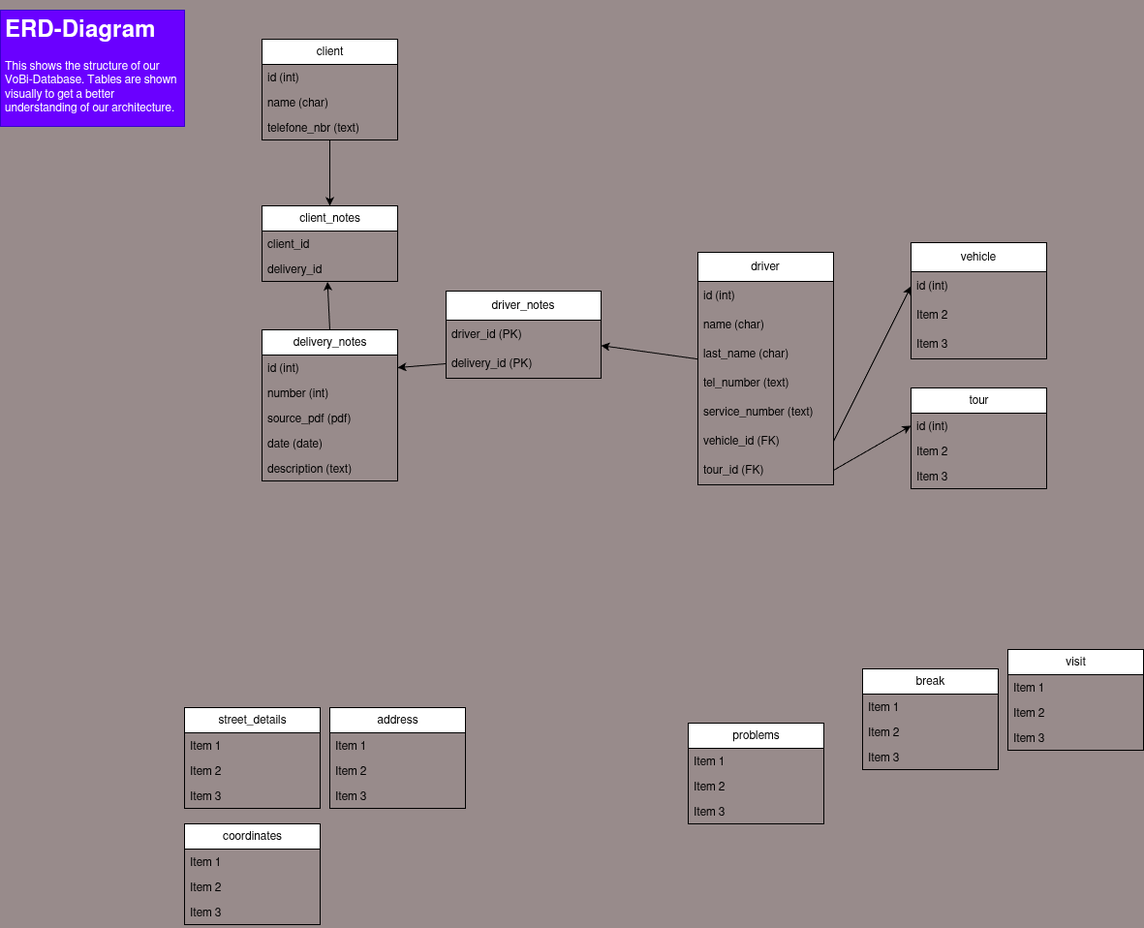
Above: docs/database/database_erd.drawio.png in gabrielbindi/VoBi-Tour (draw.io), before the change. Source tidied: cells renumbered, new cells last; positions are measured from the earlier drawing's top-left corner, leaving out a move shared by most shapes.
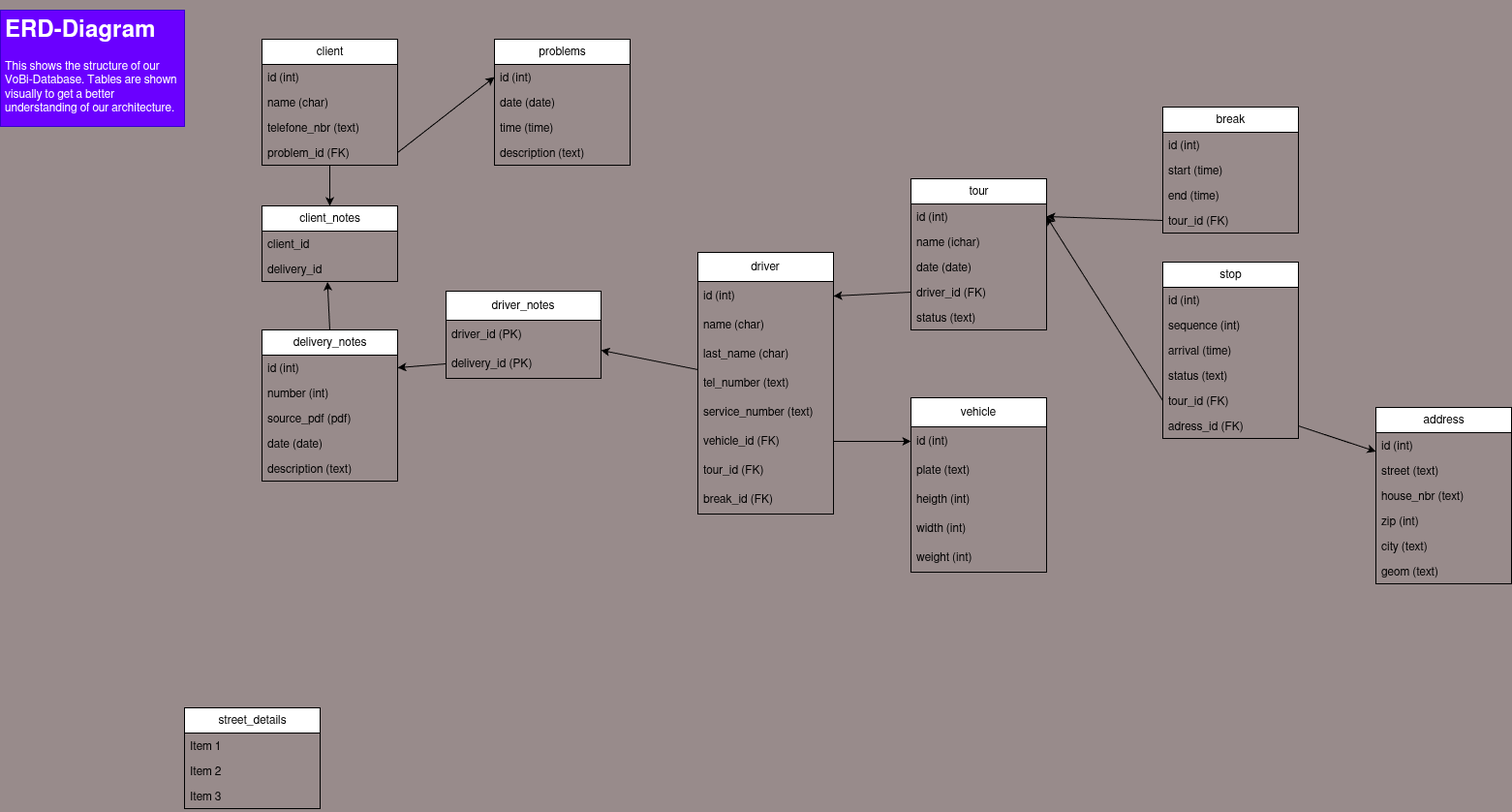
The same file after the commit.

Commit message:
#15 rethinking diagram

The edit, as a diff of the source:
```diff
@@ -8,3 +8,3 @@
     <mxCell id="3" value="vehicle" style="swimlane;fontStyle=0;horizontal=1;startSize=30;whiteSpace=wrap;html=1;" parent="1" vertex="1">
-      <mxGeometry x="940" y="240" width="140" height="120" as="geometry" />
+      <mxGeometry x="940" y="400" width="140" height="180" as="geometry" />
     </mxCell>
@@ -13,8 +13,14 @@
     </mxCell>
-    <mxCell id="5" value="Item 2" style="text;strokeColor=none;fillColor=none;align=left;verticalAlign=middle;spacingLeft=4;spacingRight=4;overflow=hidden;whiteSpace=wrap;html=1;" parent="3" vertex="1">
+    <mxCell id="5" value="plate (text)" style="text;strokeColor=none;fillColor=none;align=left;verticalAlign=middle;spacingLeft=4;spacingRight=4;overflow=hidden;whiteSpace=wrap;html=1;" parent="3" vertex="1">
       <mxGeometry y="60" width="140" height="30" as="geometry" />
     </mxCell>
-    <mxCell id="6" value="Item 3" style="text;strokeColor=none;fillColor=none;align=left;verticalAlign=middle;spacingLeft=4;spacingRight=4;overflow=hidden;whiteSpace=wrap;html=1;" parent="3" vertex="1">
+    <mxCell id="6" value="heigth (int)" style="text;strokeColor=none;fillColor=none;align=left;verticalAlign=middle;spacingLeft=4;spacingRight=4;overflow=hidden;whiteSpace=wrap;html=1;" parent="3" vertex="1">
       <mxGeometry y="90" width="140" height="30" as="geometry" />
     </mxCell>
+    <mxCell id="65" value="width (int)" style="text;strokeColor=none;fillColor=none;align=left;verticalAlign=middle;spacingLeft=4;spacingRight=4;overflow=hidden;whiteSpace=wrap;html=1;" parent="3" vertex="1">
+      <mxGeometry y="120" width="140" height="30" as="geometry" />
+    </mxCell>
+    <mxCell id="66" value="weight (int)" style="text;strokeColor=none;fillColor=none;align=left;verticalAlign=middle;spacingLeft=4;spacingRight=4;overflow=hidden;whiteSpace=wrap;html=1;" parent="3" vertex="1">
+      <mxGeometry y="150" width="140" height="30" as="geometry" />
+    </mxCell>
     <mxCell id="7" style="edgeStyle=none;html=1;" parent="1" edge="1" source="8" target="59">
@@ -23,3 +29,3 @@
     <mxCell id="8" value="driver" style="swimlane;fontStyle=0;horizontal=1;startSize=30;whiteSpace=wrap;html=1;" parent="1" vertex="1">
-      <mxGeometry x="720" y="250" width="140" height="240" as="geometry" />
+      <mxGeometry x="720" y="250" width="140" height="270" as="geometry" />
     </mxCell>
@@ -46,2 +52,5 @@
     </mxCell>
+    <mxCell id="67" value="break_id (FK)" style="text;strokeColor=none;fillColor=none;align=left;verticalAlign=middle;spacingLeft=4;spacingRight=4;overflow=hidden;whiteSpace=wrap;html=1;" parent="8" vertex="1">
+      <mxGeometry y="240" width="140" height="30" as="geometry" />
+    </mxCell>
     <mxCell id="16" style="edgeStyle=none;html=1;entryX=0.5;entryY=0;entryDx=0;entryDy=0;" parent="1" edge="1" source="17" target="45">
@@ -50,3 +59,3 @@
     <mxCell id="17" value="client" style="swimlane;fontStyle=0;horizontal=1;startSize=26;html=1;" parent="1" vertex="1">
-      <mxGeometry x="270" y="30" width="140" height="104" as="geometry" />
+      <mxGeometry x="270" y="30" width="140" height="130" as="geometry" />
     </mxCell>
@@ -61,14 +70,26 @@
     </mxCell>
+    <mxCell id="68" value="problem_id (FK)" style="text;strokeColor=none;fillColor=none;align=left;verticalAlign=top;spacingLeft=4;spacingRight=4;overflow=hidden;points=[[0,0.5],[1,0.5]];portConstraint=eastwest;whiteSpace=wrap;html=1;" parent="17" vertex="1">
+      <mxGeometry y="104" width="140" height="26" as="geometry" />
+    </mxCell>
     <mxCell id="21" value="address" style="swimlane;fontStyle=0;horizontal=1;startSize=26;html=1;" parent="1" vertex="1">
-      <mxGeometry x="340" y="720" width="140" height="104" as="geometry" />
+      <mxGeometry x="1420" y="410" width="140" height="182" as="geometry" />
     </mxCell>
-    <mxCell id="22" value="Item 1" style="text;strokeColor=none;fillColor=none;align=left;verticalAlign=top;spacingLeft=4;spacingRight=4;overflow=hidden;whiteSpace=wrap;html=1;" parent="21" vertex="1">
+    <mxCell id="22" value="id (int)" style="text;strokeColor=none;fillColor=none;align=left;verticalAlign=top;spacingLeft=4;spacingRight=4;overflow=hidden;whiteSpace=wrap;html=1;" parent="21" vertex="1">
       <mxGeometry y="26" width="140" height="26" as="geometry" />
     </mxCell>
+    <mxCell id="69" value="street (text)" style="text;strokeColor=none;fillColor=none;align=left;verticalAlign=top;spacingLeft=4;spacingRight=4;overflow=hidden;whiteSpace=wrap;html=1;" parent="21" vertex="1">
+      <mxGeometry y="52" width="140" height="26" as="geometry" />
+    </mxCell>
-    <mxCell id="23" value="Item 2" style="text;strokeColor=none;fillColor=none;align=left;verticalAlign=top;spacingLeft=4;spacingRight=4;overflow=hidden;whiteSpace=wrap;html=1;" parent="21" vertex="1">
-      <mxGeometry y="52" width="140" height="26" as="geometry" />
+    <mxCell id="23" value="house_nbr (text)" style="text;strokeColor=none;fillColor=none;align=left;verticalAlign=top;spacingLeft=4;spacingRight=4;overflow=hidden;whiteSpace=wrap;html=1;" parent="21" vertex="1">
+      <mxGeometry y="78" width="140" height="26" as="geometry" />
     </mxCell>
-    <mxCell id="24" value="Item 3" style="text;strokeColor=none;fillColor=none;align=left;verticalAlign=top;spacingLeft=4;spacingRight=4;overflow=hidden;whiteSpace=wrap;html=1;" parent="21" vertex="1">
-      <mxGeometry y="78" width="140" height="26" as="geometry" />
+    <mxCell id="24" value="zip (int)" style="text;strokeColor=none;fillColor=none;align=left;verticalAlign=top;spacingLeft=4;spacingRight=4;overflow=hidden;whiteSpace=wrap;html=1;" parent="21" vertex="1">
+      <mxGeometry y="104" width="140" height="26" as="geometry" />
     </mxCell>
+    <mxCell id="70" value="city (text)" style="text;strokeColor=none;fillColor=none;align=left;verticalAlign=top;spacingLeft=4;spacingRight=4;overflow=hidden;whiteSpace=wrap;html=1;" parent="21" vertex="1">
+      <mxGeometry y="130" width="140" height="26" as="geometry" />
+    </mxCell>
+    <mxCell id="71" value="geom (text)" style="text;strokeColor=none;fillColor=none;align=left;verticalAlign=top;spacingLeft=4;spacingRight=4;overflow=hidden;whiteSpace=wrap;html=1;" parent="21" vertex="1">
+      <mxGeometry y="156" width="140" height="26" as="geometry" />
+    </mxCell>
     <mxCell id="25" value="street_details" style="swimlane;fontStyle=0;horizontal=1;startSize=26;html=1;" parent="1" vertex="1">
@@ -86,3 +107,3 @@
     <mxCell id="29" value="tour" style="swimlane;fontStyle=0;horizontal=1;startSize=26;html=1;" parent="1" vertex="1">
-      <mxGeometry x="940" y="390" width="140" height="104" as="geometry" />
+      <mxGeometry x="940" y="174" width="140" height="156" as="geometry" />
     </mxCell>
@@ -91,44 +112,44 @@
     </mxCell>
-    <mxCell id="31" value="Item 2" style="text;strokeColor=none;fillColor=none;align=left;verticalAlign=top;spacingLeft=4;spacingRight=4;overflow=hidden;whiteSpace=wrap;html=1;" parent="29" vertex="1">
-      <mxGeometry y="52" width="140" height="26" as="geometry" />
-    </mxCell>
-    <mxCell id="32" value="Item 3" style="text;strokeColor=none;fillColor=none;align=left;verticalAlign=top;spacingLeft=4;spacingRight=4;overflow=hidden;whiteSpace=wrap;html=1;" parent="29" vertex="1">
-      <mxGeometry y="78" width="140" height="26" as="geometry" />
+    <mxCell id="32" value="name (ichar)" style="text;strokeColor=none;fillColor=none;align=left;verticalAlign=top;spacingLeft=4;spacingRight=4;overflow=hidden;whiteSpace=wrap;html=1;" parent="29" vertex="1">
+      <mxGeometry y="52" width="140" height="26" as="geometry" />
     </mxCell>
-    <mxCell id="33" value="visit" style="swimlane;fontStyle=0;horizontal=1;startSize=26;html=1;" parent="1" vertex="1">
-      <mxGeometry x="1040" y="660" width="140" height="104" as="geometry" />
-    </mxCell>
-    <mxCell id="34" value="Item 1" style="text;strokeColor=none;fillColor=none;align=left;verticalAlign=top;spacingLeft=4;spacingRight=4;overflow=hidden;whiteSpace=wrap;html=1;" parent="33" vertex="1">
-      <mxGeometry y="26" width="140" height="26" as="geometry" />
-    </mxCell>
-    <mxCell id="35" value="Item 2" style="text;strokeColor=none;fillColor=none;align=left;verticalAlign=top;spacingLeft=4;spacingRight=4;overflow=hidden;whiteSpace=wrap;html=1;" parent="33" vertex="1">
-      <mxGeometry y="52" width="140" height="26" as="geometry" />
-    </mxCell>
-    <mxCell id="36" value="Item 3" style="text;strokeColor=none;fillColor=none;align=left;verticalAlign=top;spacingLeft=4;spacingRight=4;overflow=hidden;whiteSpace=wrap;html=1;" parent="33" vertex="1">
-      <mxGeometry y="78" width="140" height="26" as="geometry" />
-    </mxCell>
+    <mxCell id="72" value="date (date)" style="text;strokeColor=none;fillColor=none;align=left;verticalAlign=top;spacingLeft=4;spacingRight=4;overflow=hidden;whiteSpace=wrap;html=1;" parent="29" vertex="1">
+      <mxGeometry y="78" width="140" height="26" as="geometry" />
+    </mxCell>
+    <mxCell id="73" value="driver_id (FK)" style="text;strokeColor=none;fillColor=none;align=left;verticalAlign=top;spacingLeft=4;spacingRight=4;overflow=hidden;points=[[0,0.5],[1,0.5]];portConstraint=eastwest;whiteSpace=wrap;html=1;" parent="29" vertex="1">
+      <mxGeometry y="104" width="140" height="26" as="geometry" />
+    </mxCell>
+    <mxCell id="74" value="status (text)" style="text;strokeColor=none;fillColor=none;align=left;verticalAlign=top;spacingLeft=4;spacingRight=4;overflow=hidden;whiteSpace=wrap;html=1;" parent="29" vertex="1">
+      <mxGeometry y="130" width="140" height="26" as="geometry" />
+    </mxCell>
     <mxCell id="37" value="break" style="swimlane;fontStyle=0;horizontal=1;startSize=26;html=1;" parent="1" vertex="1">
-      <mxGeometry x="890" y="680" width="140" height="104" as="geometry" />
+      <mxGeometry x="1200" y="100" width="140" height="130" as="geometry" />
     </mxCell>
-    <mxCell id="38" value="Item 1" style="text;strokeColor=none;fillColor=none;align=left;verticalAlign=top;spacingLeft=4;spacingRight=4;overflow=hidden;whiteSpace=wrap;html=1;" parent="37" vertex="1">
+    <mxCell id="38" value="id (int)" style="text;strokeColor=none;fillColor=none;align=left;verticalAlign=top;spacingLeft=4;spacingRight=4;overflow=hidden;whiteSpace=wrap;html=1;" parent="37" vertex="1">
       <mxGeometry y="26" width="140" height="26" as="geometry" />
     </mxCell>
-    <mxCell id="39" value="Item 2" style="text;strokeColor=none;fillColor=none;align=left;verticalAlign=top;spacingLeft=4;spacingRight=4;overflow=hidden;whiteSpace=wrap;html=1;" parent="37" vertex="1">
+    <mxCell id="39" value="start (time)" style="text;strokeColor=none;fillColor=none;align=left;verticalAlign=top;spacingLeft=4;spacingRight=4;overflow=hidden;whiteSpace=wrap;html=1;" parent="37" vertex="1">
       <mxGeometry y="52" width="140" height="26" as="geometry" />
     </mxCell>
-    <mxCell id="40" value="Item 3" style="text;strokeColor=none;fillColor=none;align=left;verticalAlign=top;spacingLeft=4;spacingRight=4;overflow=hidden;whiteSpace=wrap;html=1;" parent="37" vertex="1">
-      <mxGeometry y="78" width="140" height="26" as="geometry" />
-    </mxCell>
+    <mxCell id="75" value="end (time)" style="text;strokeColor=none;fillColor=none;align=left;verticalAlign=top;spacingLeft=4;spacingRight=4;overflow=hidden;whiteSpace=wrap;html=1;" parent="37" vertex="1">
+      <mxGeometry y="78" width="140" height="26" as="geometry" />
+    </mxCell>
+    <mxCell id="76" value="tour_id (FK)" style="text;strokeColor=none;fillColor=none;align=left;verticalAlign=top;spacingLeft=4;spacingRight=4;overflow=hidden;points=[[0,0.5],[1,0.5]];portConstraint=eastwest;whiteSpace=wrap;html=1;" parent="37" vertex="1">
+      <mxGeometry y="104" width="140" height="26" as="geometry" />
+    </mxCell>
     <mxCell id="41" value="problems" style="swimlane;fontStyle=0;horizontal=1;startSize=26;html=1;" parent="1" vertex="1">
-      <mxGeometry x="710" y="736" width="140" height="104" as="geometry" />
+      <mxGeometry x="510" y="30" width="140" height="130" as="geometry" />
     </mxCell>
-    <mxCell id="42" value="Item 1" style="text;strokeColor=none;fillColor=none;align=left;verticalAlign=top;spacingLeft=4;spacingRight=4;overflow=hidden;points=[[0,0.5],[1,0.5]];portConstraint=eastwest;whiteSpace=wrap;html=1;" parent="41" vertex="1">
+    <mxCell id="42" value="id (int)" style="text;strokeColor=none;fillColor=none;align=left;verticalAlign=top;spacingLeft=4;spacingRight=4;overflow=hidden;points=[[0,0.5],[1,0.5]];portConstraint=eastwest;whiteSpace=wrap;html=1;" parent="41" vertex="1">
       <mxGeometry y="26" width="140" height="26" as="geometry" />
     </mxCell>
-    <mxCell id="43" value="Item 2" style="text;strokeColor=none;fillColor=none;align=left;verticalAlign=top;spacingLeft=4;spacingRight=4;overflow=hidden;whiteSpace=wrap;html=1;" parent="41" vertex="1">
+    <mxCell id="43" value="date (date)" style="text;strokeColor=none;fillColor=none;align=left;verticalAlign=top;spacingLeft=4;spacingRight=4;overflow=hidden;whiteSpace=wrap;html=1;" parent="41" vertex="1">
       <mxGeometry y="52" width="140" height="26" as="geometry" />
     </mxCell>
-    <mxCell id="44" value="Item 3" style="text;strokeColor=none;fillColor=none;align=left;verticalAlign=top;spacingLeft=4;spacingRight=4;overflow=hidden;whiteSpace=wrap;html=1;" parent="41" vertex="1">
+    <mxCell id="44" value="time (time)" style="text;strokeColor=none;fillColor=none;align=left;verticalAlign=top;spacingLeft=4;spacingRight=4;overflow=hidden;whiteSpace=wrap;html=1;" parent="41" vertex="1">
       <mxGeometry y="78" width="140" height="26" as="geometry" />
     </mxCell>
+    <mxCell id="77" value="description (text)" style="text;strokeColor=none;fillColor=none;align=left;verticalAlign=top;spacingLeft=4;spacingRight=4;overflow=hidden;whiteSpace=wrap;html=1;" parent="41" vertex="1">
+      <mxGeometry y="104" width="140" height="26" as="geometry" />
+    </mxCell>
     <mxCell id="45" value="client_notes" style="swimlane;fontStyle=0;horizontal=1;startSize=26;html=1;" parent="1" vertex="1">
@@ -142,14 +163,2 @@
     </mxCell>
-    <mxCell id="48" value="coordinates" style="swimlane;fontStyle=0;horizontal=1;startSize=26;html=1;" parent="1" vertex="1">
-      <mxGeometry x="190" y="840" width="140" height="104" as="geometry" />
-    </mxCell>
-    <mxCell id="49" value="Item 1" style="text;fillColor=none;align=left;verticalAlign=top;spacingLeft=4;spacingRight=4;overflow=hidden;whiteSpace=wrap;html=1;" parent="48" vertex="1">
-      <mxGeometry y="26" width="140" height="26" as="geometry" />
-    </mxCell>
-    <mxCell id="50" value="Item 2" style="text;fillColor=none;align=left;verticalAlign=top;spacingLeft=4;spacingRight=4;overflow=hidden;whiteSpace=wrap;html=1;" parent="48" vertex="1">
-      <mxGeometry y="52" width="140" height="26" as="geometry" />
-    </mxCell>
-    <mxCell id="51" value="Item 3" style="text;fillColor=none;align=left;verticalAlign=top;spacingLeft=4;spacingRight=4;overflow=hidden;whiteSpace=wrap;html=1;" parent="48" vertex="1">
-      <mxGeometry y="78" width="140" height="26" as="geometry" />
-    </mxCell>
     <mxCell id="52" style="edgeStyle=none;html=1;exitX=0.5;exitY=0;exitDx=0;exitDy=0;entryX=0.483;entryY=1.018;entryDx=0;entryDy=0;entryPerimeter=0;" parent="1" edge="1" source="53" target="47">
@@ -190,5 +199,38 @@
     </mxCell>
-    <mxCell id="64" style="edgeStyle=none;html=1;exitX=1;exitY=0.5;exitDx=0;exitDy=0;entryX=0;entryY=0.5;entryDx=0;entryDy=0;" parent="1" edge="1" source="15" target="30">
-      <mxGeometry relative="1" as="geometry" />
-    </mxCell>
+    <mxCell id="78" style="edgeStyle=none;html=1;exitX=1;exitY=0.5;exitDx=0;exitDy=0;entryX=0;entryY=0.5;entryDx=0;entryDy=0;" parent="1" edge="1" source="68" target="42">
+      <mxGeometry relative="1" as="geometry" />
+    </mxCell>
+    <mxCell id="79" value="stop" style="swimlane;fontStyle=0;horizontal=1;startSize=26;html=1;" parent="1" vertex="1">
+      <mxGeometry x="1200" y="260" width="140" height="182" as="geometry" />
+    </mxCell>
+    <mxCell id="80" value="id (int)" style="text;strokeColor=none;fillColor=none;align=left;verticalAlign=top;spacingLeft=4;spacingRight=4;overflow=hidden;whiteSpace=wrap;html=1;" parent="79" vertex="1">
+      <mxGeometry y="26" width="140" height="26" as="geometry" />
+    </mxCell>
+    <mxCell id="81" value="sequence (int)" style="text;strokeColor=none;fillColor=none;align=left;verticalAlign=top;spacingLeft=4;spacingRight=4;overflow=hidden;whiteSpace=wrap;html=1;" parent="79" vertex="1">
+      <mxGeometry y="52" width="140" height="26" as="geometry" />
+    </mxCell>
+    <mxCell id="82" value="arrival (time)" style="text;strokeColor=none;fillColor=none;align=left;verticalAlign=top;spacingLeft=4;spacingRight=4;overflow=hidden;whiteSpace=wrap;html=1;" parent="79" vertex="1">
+      <mxGeometry y="78" width="140" height="26" as="geometry" />
+    </mxCell>
+    <mxCell id="83" value="status (text)" style="text;strokeColor=none;fillColor=none;align=left;verticalAlign=top;spacingLeft=4;spacingRight=4;overflow=hidden;whiteSpace=wrap;html=1;" parent="79" vertex="1">
+      <mxGeometry y="104" width="140" height="26" as="geometry" />
+    </mxCell>
+    <mxCell id="84" value="tour_id (FK)" style="text;strokeColor=none;fillColor=none;align=left;verticalAlign=top;spacingLeft=4;spacingRight=4;overflow=hidden;points=[[0,0.5],[1,0.5]];portConstraint=eastwest;whiteSpace=wrap;html=1;" parent="79" vertex="1">
+      <mxGeometry y="130" width="140" height="26" as="geometry" />
+    </mxCell>
+    <mxCell id="85" value="adress_id (FK)" style="text;strokeColor=none;fillColor=none;align=left;verticalAlign=top;spacingLeft=4;spacingRight=4;overflow=hidden;points=[[0,0.5],[1,0.5]];portConstraint=eastwest;whiteSpace=wrap;html=1;" parent="79" vertex="1">
+      <mxGeometry y="156" width="140" height="26" as="geometry" />
+    </mxCell>
+    <mxCell id="86" style="edgeStyle=none;html=1;exitX=0;exitY=0.5;exitDx=0;exitDy=0;entryX=1;entryY=0.5;entryDx=0;entryDy=0;" parent="1" edge="1" source="76" target="30">
+      <mxGeometry relative="1" as="geometry" />
+    </mxCell>
+    <mxCell id="87" style="edgeStyle=none;html=1;exitX=0;exitY=0.5;exitDx=0;exitDy=0;entryX=1;entryY=0.5;entryDx=0;entryDy=0;" parent="1" edge="1" source="73" target="9">
+      <mxGeometry relative="1" as="geometry" />
+    </mxCell>
+    <mxCell id="88" style="edgeStyle=none;html=1;exitX=0;exitY=0.5;exitDx=0;exitDy=0;entryX=1;entryY=0.5;entryDx=0;entryDy=0;" parent="1" edge="1" source="84" target="30">
+      <mxGeometry relative="1" as="geometry" />
+    </mxCell>
+    <mxCell id="89" style="edgeStyle=none;html=1;exitX=1;exitY=0.5;exitDx=0;exitDy=0;entryX=0;entryY=0.25;entryDx=0;entryDy=0;" parent="1" edge="1" source="85" target="21">
+      <mxGeometry relative="1" as="geometry" />
+    </mxCell>
   </root>
```
